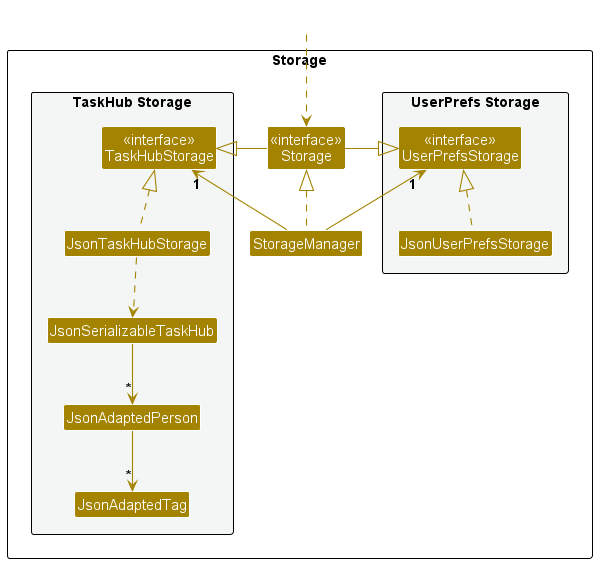
The PlantUML diagram docs/images/StorageClassDiagram.png in rayyan35p/tp, before a commit.
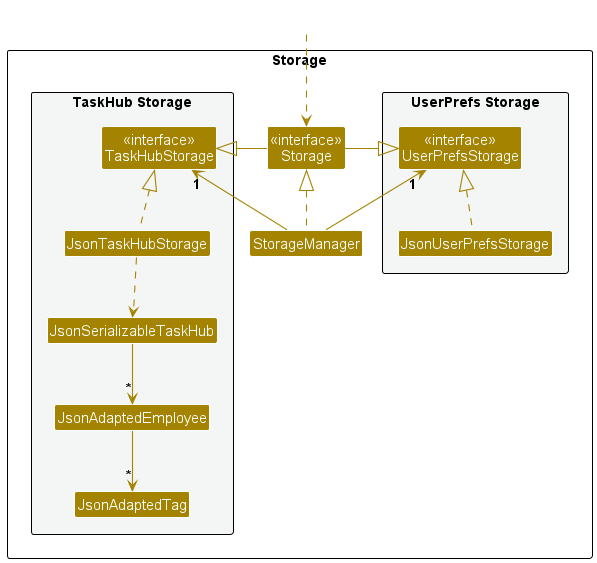
Later version of the same file.

Change to the diagram source:
```diff
@@ -18,7 +18,7 @@
 Class "<<interface>>\nTaskHubStorage" as TaskHubStorage
 Class JsonTaskHubStorage
 Class JsonSerializableTaskHub
-Class JsonAdaptedPerson
+Class JsonAdaptedEmployee
 Class JsonAdaptedTag
 }
 
@@ -37,7 +37,7 @@
 JsonUserPrefsStorage .up.|> UserPrefsStorage
 JsonTaskHubStorage .up.|> TaskHubStorage
 JsonTaskHubStorage ..> JsonSerializableTaskHub
-JsonSerializableTaskHub --> "*" JsonAdaptedPerson
-JsonAdaptedPerson --> "*" JsonAdaptedTag
+JsonSerializableTaskHub --> "*" JsonAdaptedEmployee
+JsonAdaptedEmployee --> "*" JsonAdaptedTag
 
 @enduml
```
